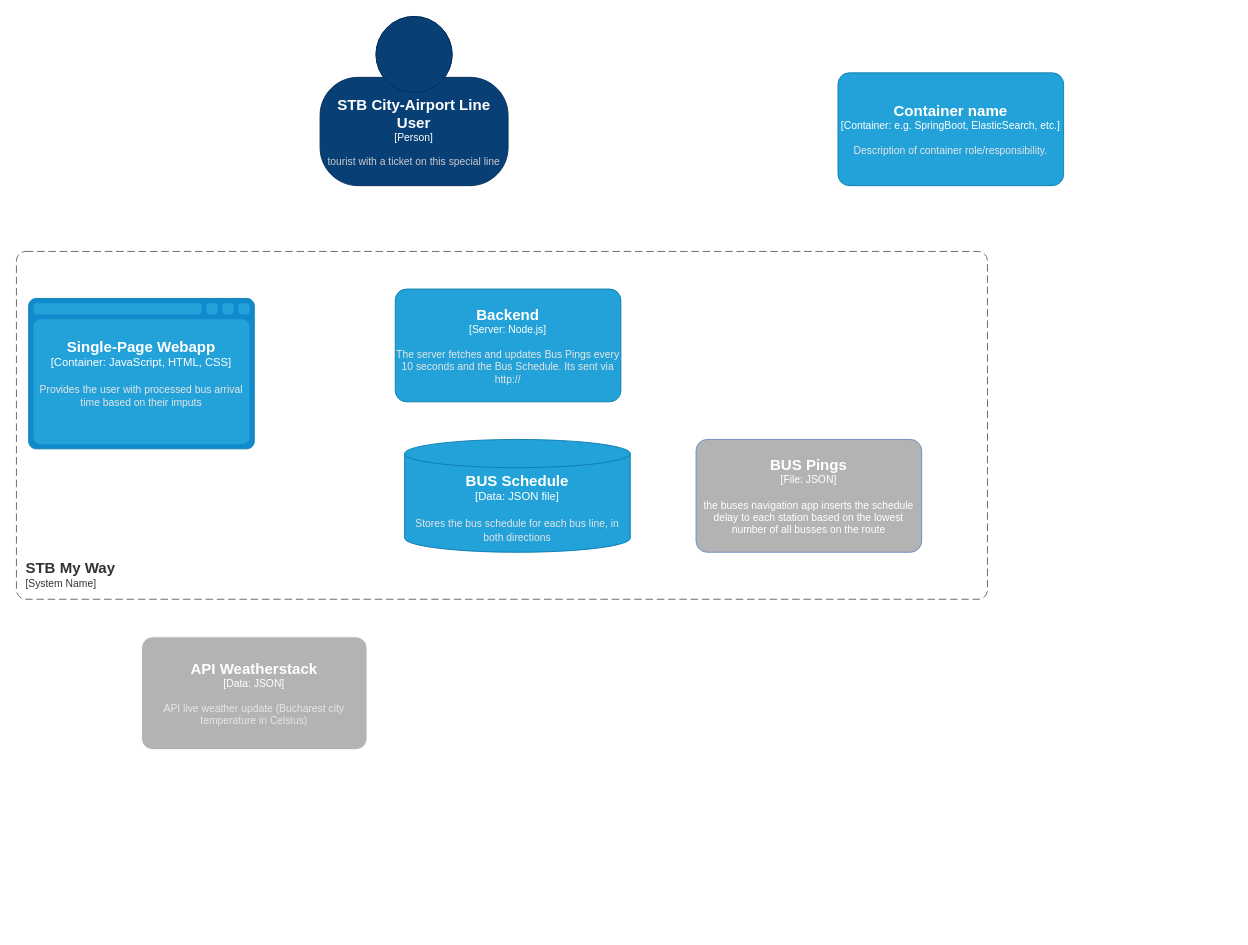
Above: Untitled Diagram.drawio in Vibers9/STB-My-Way (draw.io), before the change. Source tidied: cells renumbered, new cells numbered last; positions are measured from the earlier drawing's top-left corner, leaving out a move shared by most shapes. Both pictures are drawn from the tidied source at 94%, with x=0, y=0 at pixel (16, 16).
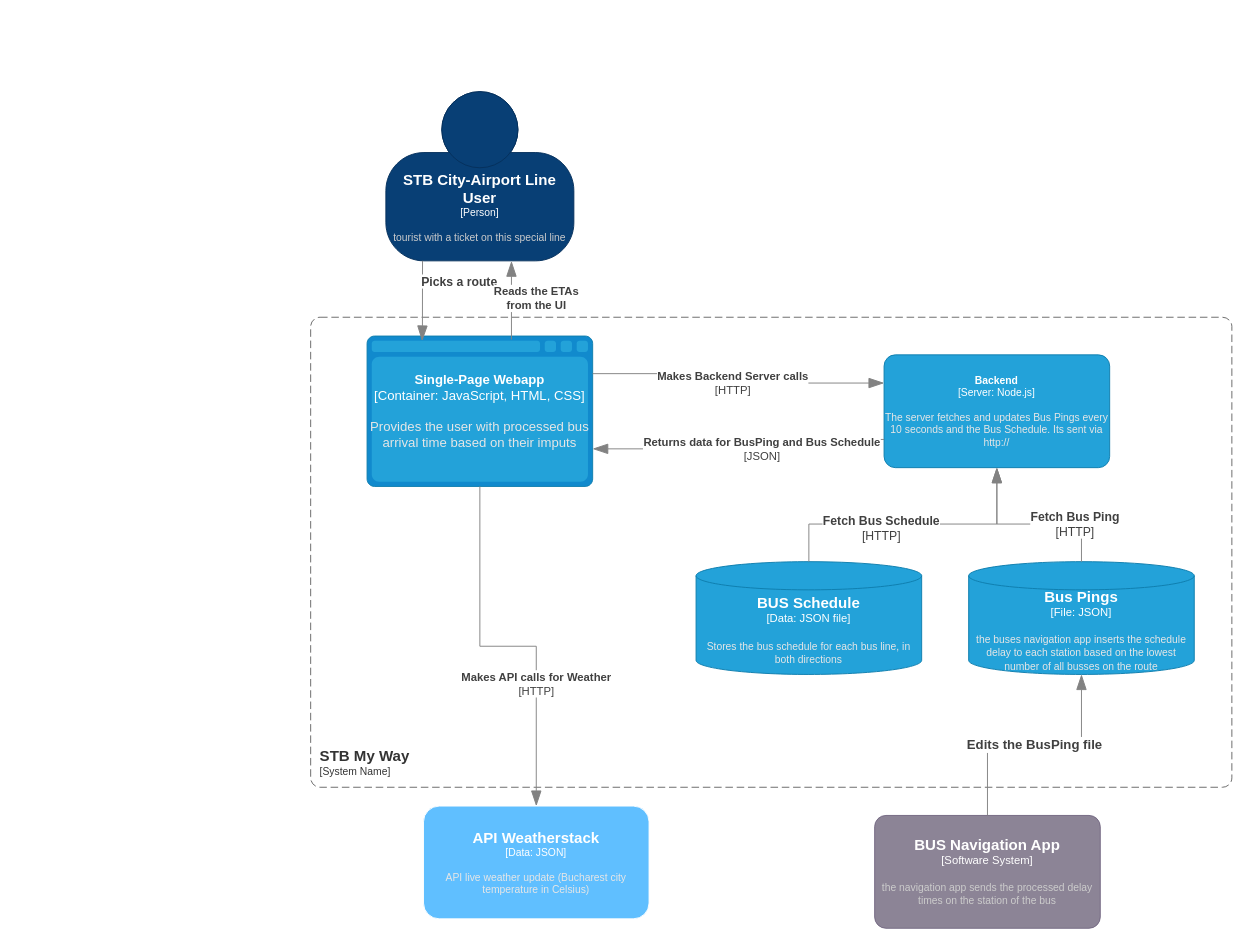
The same diagram, later.

What changed in the source:
```diff
@@
     <object id="2" label="&lt;font style=&quot;font-size: 16px&quot;&gt;&lt;b&gt;%c4Name%&lt;/b&gt;&lt;/font&gt;&lt;div&gt;[%c4Type%]&lt;/div&gt;&lt;br&gt;&lt;div&gt;&lt;font style=&quot;font-size: 11px&quot;&gt;&lt;font color=&quot;#cccccc&quot;&gt;%c4Description%&lt;/font&gt;&lt;/div&gt;" c4Description="tourist with a ticket on this special line " c4Name="STB City-Airport Line User" c4Type="Person" placeholders="1">
       <mxCell style="html=1;fontSize=11;dashed=0;whiteSpace=wrap;fillColor=#083F75;strokeColor=#06315C;fontColor=#ffffff;shape=mxgraph.c4.person2;align=center;points=[[0.5,0,0],[1,0.5,0],[1,0.75,0],[0.75,1,0],[0.5,1,0],[0.25,1,0],[0,0.75,0],[0,0.5,0]];" parent="1" vertex="1">
-        <mxGeometry x="323" width="200" height="180" as="geometry" />
+        <mxGeometry x="393" y="80" width="200" height="180" as="geometry" />
       </mxCell>
     </object>
     <object id="3" label="&lt;font style=&quot;font-size: 16px&quot;&gt;&lt;b&gt;&lt;div style=&quot;text-align: left&quot;&gt;%c4Name%&lt;/div&gt;&lt;/b&gt;&lt;/font&gt;&lt;div style=&quot;text-align: left&quot;&gt;[%c4Application%]&lt;/div&gt;" c4Application="System Name" c4Name="STB My Way" placeholders="1">
       <mxCell style="rounded=1;fontSize=11;whiteSpace=wrap;html=1;dashed=1;arcSize=20;fillColor=none;strokeColor=#666666;fontColor=#333333;labelBackgroundColor=none;align=left;verticalAlign=bottom;labelBorderColor=none;spacingTop=0;spacing=10;dashPattern=8 4;perimeter=rectanglePerimeter;noLabel=0;labelPadding=0;absoluteArcSize=1;" parent="1" vertex="1">
-        <mxGeometry y="250" width="1033" height="370" as="geometry" />
+        <mxGeometry x="313" y="320" width="980" height="500" as="geometry" />
       </mxCell>
     </object>
-    <object id="4" label="&lt;font style=&quot;font-size: 16px&quot;&gt;&lt;b&gt;%c4Name%&lt;/b&gt;&lt;/font&gt;&lt;div&gt;[%c4Type%:&amp;nbsp;%c4Technology%]&lt;/div&gt;&lt;br&gt;&lt;div&gt;&lt;font style=&quot;font-size: 11px&quot;&gt;&lt;font color=&quot;#E6E6E6&quot;&gt;%c4Description%&lt;/font&gt;&lt;/div&gt;" c4Description="Provides the user with processed bus arrival time based on their imputs " c4Name="Single-Page Webapp" c4Technology="JavaScript, HTML, CSS" c4Type="Container" placeholders="1">
-      <mxCell style="shape=mxgraph.c4.webBrowserContainer2;whiteSpace=wrap;html=1;boundedLbl=1;rounded=0;labelBackgroundColor=none;strokeColor=#118ACD;fillColor=#23A2D9;strokeColor=#118ACD;strokeColor2=#0E7DAD;fontSize=12;fontColor=#ffffff;align=center;points=[[0.5,0,0],[1,0.25,0],[1,0.5,0],[1,0.75,0],[0.5,1,0],[0,0.75,0],[0,0.5,0],[0,0.25,0]];" parent="1" vertex="1">
-        <mxGeometry x="13" y="300" width="240" height="160" as="geometry" />
+    <object id="4" label="&lt;font&gt;&lt;b&gt;%c4Name%&lt;/b&gt;&lt;/font&gt;&lt;div&gt;[%c4Type%:&amp;nbsp;%c4Technology%]&lt;/div&gt;&lt;br&gt;&lt;div&gt;&lt;font&gt;&lt;font color=&quot;#E6E6E6&quot;&gt;%c4Description%&lt;/font&gt;&lt;/font&gt;&lt;/div&gt;" c4Description="Provides the user with processed bus arrival time based on their imputs " c4Name="Single-Page Webapp" c4Technology="JavaScript, HTML, CSS" c4Type="Container" placeholders="1">
+      <mxCell style="shape=mxgraph.c4.webBrowserContainer2;whiteSpace=wrap;html=1;boundedLbl=1;rounded=0;labelBackgroundColor=none;strokeColor=#118ACD;fillColor=#23A2D9;strokeColor=#118ACD;strokeColor2=#0E7DAD;fontSize=14;fontColor=#ffffff;align=center;points=[[0.5,0,0],[1,0.25,0],[1,0.5,0],[1,0.75,0],[0.5,1,0],[0,0.75,0],[0,0.5,0],[0,0.25,0]];" parent="1" vertex="1">
+        <mxGeometry x="373" y="340" width="240" height="160" as="geometry" />
       </mxCell>
     </object>
     <object id="5" label="&lt;font style=&quot;font-size: 16px&quot;&gt;&lt;b&gt;%c4Name%&lt;/b&gt;&lt;/font&gt;&lt;div&gt;[%c4Type%: %c4Technology%]&lt;/div&gt;&lt;br&gt;&lt;div&gt;&lt;font style=&quot;font-size: 11px&quot;&gt;&lt;font color=&quot;#E6E6E6&quot;&gt;%c4Description%&lt;/font&gt;&lt;/div&gt;" c4Description="API live weather update (Bucharest city temperature in Celsius)" c4Name="API Weatherstack" c4Technology="JSON" c4Type="Data" placeholders="1">
-      <mxCell style="rounded=1;whiteSpace=wrap;html=1;fontSize=11;labelBackgroundColor=none;fillColor=#B3B3B3;fontColor=#ffffff;align=center;arcSize=10;strokeColor=#FFFFFF;points=[[0.25,0,0],[0.5,0,0],[0.75,0,0],[1,0.25,0],[1,0.5,0],[1,0.75,0],[0.75,1,0],[0.5,1,0],[0.25,1,0],[0,0.75,0],[0,0.5,0],[0,0.25,0]];" parent="1" vertex="1">
-        <mxGeometry x="133" y="660" width="240" height="120" as="geometry" />
+      <mxCell style="rounded=1;whiteSpace=wrap;html=1;fontSize=11;labelBackgroundColor=none;fillColor=#60BFFF;fontColor=#ffffff;align=center;arcSize=14;strokeColor=#FFFFFF;points=[[0.25,0,0],[0.5,0,0],[0.75,0,0],[1,0.25,0],[1,0.5,0],[1,0.75,0],[0.75,1,0],[0.5,1,0],[0.25,1,0],[0,0.75,0],[0,0.5,0],[0,0.25,0]];" parent="1" vertex="1">
+        <mxGeometry x="433" y="840" width="240" height="120" as="geometry" />
       </mxCell>
     </object>
-    <object id="6" label="&lt;font style=&quot;font-size: 16px&quot;&gt;&lt;b&gt;%c4Name%&lt;/b&gt;&lt;/font&gt;&lt;div&gt;[%c4Type%: %c4Technology%]&lt;/div&gt;&lt;br&gt;&lt;div&gt;&lt;font style=&quot;font-size: 11px&quot;&gt;&lt;font&gt;%c4Description%&lt;/font&gt;&lt;/font&gt;&lt;/div&gt;" c4Description="the buses navigation app inserts the schedule delay to each station based on the lowest number of all busses on the route" c4Name="BUS Pings" c4Technology="JSON" c4Type="File" placeholders="1">
-      <mxCell style="rounded=1;whiteSpace=wrap;html=1;fontSize=11;labelBackgroundColor=none;fillColor=#B3B3B3;align=center;arcSize=10;strokeColor=#6c8ebf;fontColor=#FFFFFF;" parent="1" vertex="1">
-        <mxGeometry x="723" y="450" width="240" height="120" as="geometry" />
-      </mxCell>
-    </object>
     <object id="7" label="&lt;font style=&quot;font-size: 16px&quot;&gt;&lt;b&gt;%c4Name%&lt;/b&gt;&lt;/font&gt;&lt;div&gt;[%c4Type%:&amp;nbsp;%c4Technology%]&lt;/div&gt;&lt;br&gt;&lt;div&gt;&lt;font style=&quot;font-size: 11px&quot;&gt;&lt;font color=&quot;#E6E6E6&quot;&gt;%c4Description%&lt;/font&gt;&lt;/div&gt;" c4Description="Stores the bus schedule for each bus line, in both directions" c4Name="BUS Schedule" c4Technology="JSON file" c4Type="Data" placeholders="1">
       <mxCell style="shape=cylinder3;size=15;whiteSpace=wrap;html=1;boundedLbl=1;rounded=0;labelBackgroundColor=none;fillColor=#23A2D9;fontSize=12;fontColor=#ffffff;align=center;strokeColor=#0E7DAD;points=[[0.5,0,0],[1,0.25,0],[1,0.5,0],[1,0.75,0],[0.5,1,0],[0,0.75,0],[0,0.5,0],[0,0.25,0]];" parent="1" vertex="1">
-        <mxGeometry x="413" y="450" width="240" height="120" as="geometry" />
+        <mxGeometry x="723" y="580" width="240" height="120" as="geometry" />
       </mxCell>
     </object>
-    <object id="8" label="&lt;font style=&quot;font-size: 16px&quot;&gt;&lt;b&gt;%c4Name%&lt;/b&gt;&lt;/font&gt;&lt;div&gt;[%c4Type%: %c4Technology%]&lt;/div&gt;&lt;br&gt;&lt;div&gt;&lt;font style=&quot;font-size: 11px&quot;&gt;&lt;font color=&quot;#E6E6E6&quot;&gt;%c4Description%&lt;/font&gt;&lt;/div&gt;" c4Description="The server fetches and updates Bus Pings every 10 seconds and the Bus Schedule. Its sent via http://" c4Name="Backend" c4Technology="Node.js" c4Type="Server" placeholders="1">
+    <object id="8" label="&lt;font&gt;&lt;b&gt;%c4Name%&lt;/b&gt;&lt;/font&gt;&lt;div&gt;[%c4Type%: %c4Technology%]&lt;/div&gt;&lt;br&gt;&lt;div&gt;&lt;font&gt;&lt;font color=&quot;#E6E6E6&quot;&gt;%c4Description%&lt;/font&gt;&lt;/font&gt;&lt;/div&gt;" c4Description="The server fetches and updates Bus Pings every 10 seconds and the Bus Schedule. Its sent via http://" c4Name="Backend" c4Technology="Node.js" c4Type="Server" placeholders="1">
       <mxCell style="rounded=1;whiteSpace=wrap;html=1;fontSize=11;labelBackgroundColor=none;fillColor=#23A2D9;fontColor=#ffffff;align=center;arcSize=10;strokeColor=#0E7DAD;points=[[0.25,0,0],[0.5,0,0],[0.75,0,0],[1,0.25,0],[1,0.5,0],[1,0.75,0],[0.75,1,0],[0.5,1,0],[0.25,1,0],[0,0.75,0],[0,0.5,0],[0,0.25,0]];" parent="1" vertex="1">
-        <mxGeometry x="403" y="290" width="240" height="120" as="geometry" />
+        <mxGeometry x="923" y="360" width="240" height="120" as="geometry" />
       </mxCell>
     </object>
-    <object id="9" label="&lt;font style=&quot;font-size: 16px&quot;&gt;&lt;b&gt;%c4Name%&lt;/b&gt;&lt;/font&gt;&lt;div&gt;[%c4Type%: %c4Technology%]&lt;/div&gt;&lt;br&gt;&lt;div&gt;&lt;font style=&quot;font-size: 11px&quot;&gt;&lt;font color=&quot;#E6E6E6&quot;&gt;%c4Description%&lt;/font&gt;&lt;/div&gt;" c4Description="Description of container role/responsibility." c4Name="Container name" c4Technology="e.g. SpringBoot, ElasticSearch, etc." c4Type="Container" placeholders="1">
-      <mxCell style="rounded=1;whiteSpace=wrap;html=1;fontSize=11;labelBackgroundColor=none;fillColor=#23A2D9;fontColor=#ffffff;align=center;arcSize=10;strokeColor=#0E7DAD;" parent="1" vertex="1">
-        <mxGeometry x="874" y="60" width="240" height="120" as="geometry" />
-      </mxCell>
-    </object>
+    <object id="10" label="&lt;font style=&quot;font-size: 16px&quot;&gt;&lt;b&gt;%c4Name%&lt;/b&gt;&lt;/font&gt;&lt;div&gt;[%c4Type%]&lt;/div&gt;&lt;br&gt;&lt;div&gt;&lt;font style=&quot;font-size: 11px&quot;&gt;&lt;font color=&quot;#cccccc&quot;&gt;%c4Description%&lt;/font&gt;&lt;/div&gt;" c4Description="the navigation app sends the processed delay times on the station of the bus" c4Name="BUS Navigation App" c4Type="Software System" placeholders="1">
+      <mxCell style="rounded=1;whiteSpace=wrap;html=1;labelBackgroundColor=none;fillColor=#8C8496;fontColor=#ffffff;align=center;arcSize=10;strokeColor=#736782;points=[[0.25,0,0],[0.5,0,0],[0.75,0,0],[1,0.25,0],[1,0.5,0],[1,0.75,0],[0.75,1,0],[0.5,1,0],[0.25,1,0],[0,0.75,0],[0,0.5,0],[0,0.25,0]];" parent="1" vertex="1">
+        <mxGeometry x="913" y="850" width="240" height="120" as="geometry" />
+      </mxCell>
+    </object>
+    <object id="11" label="&lt;div style=&quot;text-align: left&quot;&gt;&lt;div style=&quot;text-align: center&quot;&gt;&lt;b&gt;%c4Description%&lt;/b&gt;&lt;/div&gt;&lt;div style=&quot;text-align: center&quot;&gt;[%c4Technology%]&lt;/div&gt;&lt;/div&gt;" c4Description="Makes API calls for Weather" c4Technology="HTTP" placeholders="1">
+      <mxCell style="endArrow=blockThin;html=1;fontSize=12;fontColor=#404040;strokeWidth=1;endFill=1;strokeColor=#828282;elbow=vertical;endSize=14;startSize=14;jumpStyle=arc;jumpSize=16;rounded=0;edgeStyle=orthogonalEdgeStyle;exitX=0.5;exitY=1;exitDx=0;exitDy=0;exitPerimeter=0;entryX=0.5;entryY=0;entryDx=0;entryDy=0;entryPerimeter=0;" parent="1" edge="1" source="4" target="5">
+        <mxGeometry x="0.35" relative="1" as="geometry" />
+      </mxCell>
+    </object>
+    <object id="12" label="&lt;div style=&quot;text-align: left&quot;&gt;&lt;div style=&quot;text-align: center&quot;&gt;&lt;b&gt;%c4Description%&lt;/b&gt;&lt;/div&gt;&lt;div style=&quot;text-align: center&quot;&gt;[%c4Technology%]&lt;/div&gt;&lt;/div&gt;" c4Description="Makes Backend Server calls" c4Technology="HTTP" placeholders="1">
+      <mxCell style="endArrow=blockThin;html=1;fontSize=12;fontColor=#404040;strokeWidth=1;endFill=1;strokeColor=#828282;elbow=vertical;endSize=14;startSize=14;jumpStyle=arc;jumpSize=16;rounded=0;edgeStyle=orthogonalEdgeStyle;exitX=1;exitY=0.25;exitDx=0;exitDy=0;exitPerimeter=0;entryX=0;entryY=0.25;entryDx=0;entryDy=0;entryPerimeter=0;" parent="1" edge="1" source="4" target="8">
+        <mxGeometry x="0.03" y="-5" relative="1" as="geometry">
+          <mxPoint x="-6" y="-5" as="offset" />
+        </mxGeometry>
+      </mxCell>
+    </object>
+    <object id="13" label="&lt;font style=&quot;font-size: 16px&quot;&gt;&lt;b&gt;%c4Name%&lt;/b&gt;&lt;/font&gt;&lt;div&gt;[%c4Type%:&amp;nbsp;%c4Technology%]&lt;/div&gt;&lt;br&gt;&lt;div&gt;&lt;font style=&quot;font-size: 11px&quot;&gt;&lt;font color=&quot;#E6E6E6&quot;&gt;%c4Description%&lt;/font&gt;&lt;/div&gt;" c4Description="the buses navigation app inserts the schedule delay to each station based on the lowest number of all busses on the route" c4Name="Bus Pings" c4Technology="JSON" c4Type="File" placeholders="1">
+      <mxCell style="shape=cylinder3;size=15;whiteSpace=wrap;html=1;boundedLbl=1;rounded=0;labelBackgroundColor=none;fillColor=#23A2D9;fontSize=12;fontColor=#ffffff;align=center;strokeColor=#0E7DAD;points=[[0.5,0,0],[1,0.25,0],[1,0.5,0],[1,0.75,0],[0.5,1,0],[0,0.75,0],[0,0.5,0],[0,0.25,0]];" parent="1" vertex="1">
+        <mxGeometry x="1013" y="580" width="240" height="120" as="geometry" />
+      </mxCell>
+    </object>
+    <object id="14" label="&lt;div style=&quot;text-align: left&quot;&gt;&lt;div style=&quot;text-align: center&quot;&gt;&lt;b&gt;%c4Description%&lt;/b&gt;&lt;/div&gt;&lt;div style=&quot;text-align: center&quot;&gt;[%c4Technology%]&lt;/div&gt;&lt;/div&gt;" c4Description="Fetch Bus Schedule" c4Technology="HTTP" placeholders="1">
+      <mxCell style="endArrow=blockThin;html=1;fontSize=13;fontColor=#404040;strokeWidth=1;endFill=1;strokeColor=#828282;elbow=vertical;endSize=14;startSize=14;jumpStyle=arc;jumpSize=16;rounded=0;edgeStyle=orthogonalEdgeStyle;entryX=0.5;entryY=1;entryDx=0;entryDy=0;entryPerimeter=0;exitX=0.5;exitY=0;exitDx=0;exitDy=0;exitPerimeter=0;" parent="1" edge="1" source="7" target="8">
+        <mxGeometry x="-0.22" y="-4" relative="1" as="geometry">
+          <Array as="points">
+            <mxPoint x="843" y="540" />
+            <mxPoint x="1043" y="540" />
+          </Array>
+        </mxGeometry>
+      </mxCell>
+    </object>
+    <object id="15" label="&lt;div style=&quot;text-align: left&quot;&gt;&lt;div style=&quot;text-align: center&quot;&gt;&lt;b&gt;%c4Description%&lt;/b&gt;&lt;/div&gt;&lt;div style=&quot;text-align: center&quot;&gt;[%c4Technology%]&lt;/div&gt;&lt;/div&gt;" c4Description="Fetch Bus Ping" c4Technology="HTTP" placeholders="1">
+      <mxCell style="endArrow=blockThin;html=1;fontSize=13;fontColor=#404040;strokeWidth=1;endFill=1;strokeColor=#828282;elbow=vertical;endSize=14;startSize=14;jumpStyle=arc;jumpSize=16;rounded=0;edgeStyle=orthogonalEdgeStyle;exitX=0.5;exitY=0;exitDx=0;exitDy=0;exitPerimeter=0;entryX=0.5;entryY=1;entryDx=0;entryDy=0;entryPerimeter=0;" parent="1" edge="1" source="13" target="8">
+        <mxGeometry x="-0.51" relative="1" as="geometry">
+          <Array as="points">
+            <mxPoint x="1133" y="540" />
+            <mxPoint x="1043" y="540" />
+          </Array>
+        </mxGeometry>
+      </mxCell>
+    </object>
+    <object id="16" label="&lt;div style=&quot;text-align: left&quot;&gt;&lt;div style=&quot;text-align: center&quot;&gt;&lt;b&gt;%c4Description%&lt;/b&gt;&lt;/div&gt;&lt;/div&gt;" c4Description="Edits the BusPing file" placeholders="1">
+      <mxCell style="endArrow=blockThin;html=1;fontSize=14;fontColor=#404040;strokeWidth=1;endFill=1;strokeColor=#828282;elbow=vertical;endSize=14;startSize=14;jumpStyle=arc;jumpSize=16;rounded=0;edgeStyle=orthogonalEdgeStyle;exitX=0.5;exitY=0;exitDx=0;exitDy=0;exitPerimeter=0;entryX=0.5;entryY=1;entryDx=0;entryDy=0;entryPerimeter=0;" parent="1" edge="1" source="10" target="13">
+        <mxGeometry relative="1" as="geometry" />
+      </mxCell>
+    </object>
+    <object id="17" label="&lt;div style=&quot;text-align: left&quot;&gt;&lt;div style=&quot;text-align: center&quot;&gt;&lt;b&gt;%c4Description%&lt;/b&gt;&lt;/div&gt;&lt;div style=&quot;text-align: center&quot;&gt;[%c4Technology%]&lt;/div&gt;&lt;/div&gt;" c4Description="Returns data for BusPing and Bus Schedule" c4Technology="JSON" placeholders="1">
+      <mxCell style="endArrow=blockThin;html=1;fontSize=12;fontColor=#404040;strokeWidth=1;endFill=1;strokeColor=#828282;elbow=vertical;endSize=14;startSize=14;jumpStyle=arc;jumpSize=16;rounded=0;edgeStyle=orthogonalEdgeStyle;exitX=0;exitY=0.75;exitDx=0;exitDy=0;exitPerimeter=0;entryX=1;entryY=0.75;entryDx=0;entryDy=0;entryPerimeter=0;" parent="1" edge="1" source="8" target="4">
+        <mxGeometry x="-0.19" y="10" relative="1" as="geometry" />
+      </mxCell>
+    </object>
+    <object id="18" label="&lt;div style=&quot;text-align: left&quot;&gt;&lt;div style=&quot;text-align: center&quot;&gt;&lt;b&gt;%c4Description%&lt;/b&gt;&lt;/div&gt;&lt;/div&gt;" c4Description="Picks a route" placeholders="1">
+      <mxCell style="endArrow=blockThin;html=1;fontSize=13;fontColor=#404040;strokeWidth=1;endFill=1;strokeColor=#828282;elbow=vertical;endSize=14;startSize=14;jumpStyle=arc;jumpSize=16;rounded=0;edgeStyle=orthogonalEdgeStyle;entryX=0.244;entryY=0.033;entryDx=0;entryDy=0;entryPerimeter=0;" parent="1" edge="1" target="4">
+        <mxGeometry x="-0.06" y="20" relative="1" as="geometry">
+          <mxPoint x="432" y="260" as="sourcePoint" />
+          <mxPoint x="19" y="-18" as="offset" />
+        </mxGeometry>
+      </mxCell>
+    </object>
+    <object id="19" label="&lt;div style=&quot;text-align: left&quot;&gt;&lt;div style=&quot;text-align: center&quot;&gt;&lt;b&gt;%c4Description%&lt;/b&gt;&lt;/div&gt;&lt;/div&gt;" c4Description="Reads the ETAs &#10;from the UI" placeholders="1">
+      <mxCell style="endArrow=blockThin;html=1;fontSize=12;fontColor=#404040;strokeWidth=1;endFill=1;strokeColor=#828282;elbow=vertical;endSize=14;startSize=14;jumpStyle=arc;jumpSize=16;rounded=0;edgeStyle=orthogonalEdgeStyle;entryX=0.668;entryY=1.002;entryDx=0;entryDy=0;entryPerimeter=0;exitX=0.64;exitY=0.023;exitDx=0;exitDy=0;exitPerimeter=0;" parent="1" edge="1" source="4" target="2">
+        <mxGeometry x="0.05" y="-26" relative="1" as="geometry" />
+      </mxCell>
+    </object>
```
